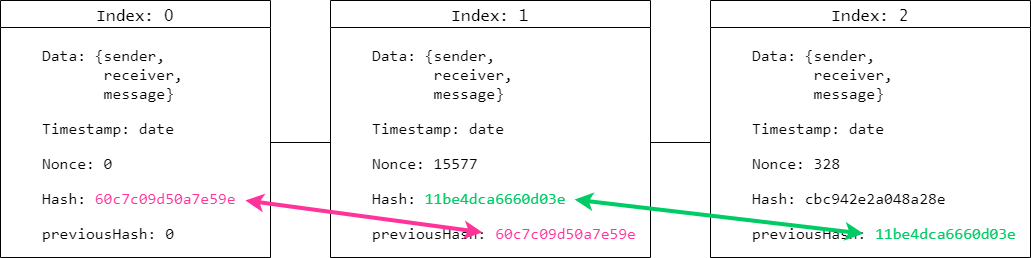
ljungmark/blockchain keeps this draw.io diagram as docs/nonce-block.png. Above is the earlier version. Source tidied: cells renumbered, new cells last; positions are measured from the earlier drawing's top-left corner, leaving out a move shared by most shapes. Source of this version:
```xml
<mxGraphModel>
  <root>
    <mxCell id="0" />
    <mxCell id="1" parent="0" />
    <mxCell id="2" value="Index: 0" style="swimlane;fontStyle=0;horizontal=1;startSize=27;fillColor=#ffffff;swimlaneFillColor=#ffffff;fontFamily=Lucida Console;fontSize=16;" parent="1" vertex="1">
      <mxGeometry width="270" height="257" as="geometry" />
    </mxCell>
    <mxCell id="3" value="&lt;blockquote style=&quot;margin: 0 0 0 40px ; border: none ; padding: 0px&quot;&gt;&lt;pre style=&quot;font-size: 16px&quot;&gt;Data: {sender,&lt;br&gt;&amp;nbsp; &amp;nbsp; &amp;nbsp; &amp;nbsp;receiver,&lt;br&gt;       message}&lt;/pre&gt;&lt;pre style=&quot;font-size: 16px&quot;&gt;Timestamp: date&lt;/pre&gt;&lt;pre style=&quot;font-size: 16px&quot;&gt;Nonce: 0&lt;/pre&gt;&lt;pre style=&quot;font-size: 16px&quot;&gt;Hash: &lt;font color=&quot;#ff3399&quot;&gt;60c7c09d50a7e59e&lt;/font&gt;&lt;/pre&gt;&lt;pre style=&quot;font-size: 16px&quot;&gt;previousHash: 0&lt;/pre&gt;&lt;/blockquote&gt;" style="text;html=1;points=[];align=left;verticalAlign=top;spacingTop=-4;fontSize=16;" parent="2" vertex="1">
      <mxGeometry y="27" width="270" height="230" as="geometry" />
    </mxCell>
    <mxCell id="4" value="Index: 1" style="swimlane;fontStyle=0;horizontal=1;startSize=27;fillColor=#ffffff;swimlaneFillColor=#ffffff;fontFamily=Lucida Console;fontSize=16;" parent="1" vertex="1">
      <mxGeometry x="330" width="320" height="257" as="geometry" />
    </mxCell>
    <mxCell id="5" value="&lt;blockquote style=&quot;margin: 0 0 0 40px ; border: none ; padding: 0px&quot;&gt;&lt;pre style=&quot;font-size: 16px&quot;&gt;Data: {sender,&lt;br&gt;&amp;nbsp; &amp;nbsp; &amp;nbsp; &amp;nbsp;receiver,&lt;br&gt;       message}&lt;/pre&gt;&lt;pre style=&quot;font-size: 16px&quot;&gt;Timestamp: date&lt;/pre&gt;&lt;pre style=&quot;font-size: 16px&quot;&gt;Nonce: 15577&lt;/pre&gt;&lt;pre style=&quot;font-size: 16px&quot;&gt;Hash: &lt;font color=&quot;#00cc66&quot;&gt;11be4dca6660d03e&lt;/font&gt;&lt;/pre&gt;&lt;pre style=&quot;font-size: 16px&quot;&gt;previousHash: &lt;font color=&quot;#ff3399&quot;&gt;60c7c09d50a7e59e&lt;/font&gt;&lt;/pre&gt;&lt;/blockquote&gt;" style="text;html=1;points=[];align=left;verticalAlign=top;spacingTop=-4;fontSize=16;" parent="4" vertex="1">
      <mxGeometry y="27" width="320" height="230" as="geometry" />
    </mxCell>
    <mxCell id="6" value="Index: 2" style="swimlane;fontStyle=0;horizontal=1;startSize=27;fillColor=#ffffff;swimlaneFillColor=#ffffff;fontFamily=Lucida Console;fontSize=16;" parent="1" vertex="1">
      <mxGeometry x="710" width="320" height="257" as="geometry" />
    </mxCell>
    <mxCell id="7" value="&lt;blockquote style=&quot;margin: 0 0 0 40px ; border: none ; padding: 0px&quot;&gt;&lt;pre style=&quot;font-size: 16px&quot;&gt;Data: {sender,&lt;br&gt;&amp;nbsp; &amp;nbsp; &amp;nbsp; &amp;nbsp;receiver,&lt;br&gt;       message}&lt;/pre&gt;&lt;pre style=&quot;font-size: 16px&quot;&gt;Timestamp: date&lt;/pre&gt;&lt;pre style=&quot;font-size: 16px&quot;&gt;Nonce: 328&lt;/pre&gt;&lt;pre style=&quot;font-size: 16px&quot;&gt;Hash: cbc942e2a048a28e&lt;/pre&gt;&lt;pre style=&quot;font-size: 16px&quot;&gt;previousHash: &lt;font color=&quot;#00cc66&quot;&gt;11be4dca6660d03e&lt;/font&gt;&lt;/pre&gt;&lt;/blockquote&gt;" style="text;html=1;points=[];align=left;verticalAlign=top;spacingTop=-4;fontSize=16;" parent="6" vertex="1">
      <mxGeometry y="27" width="320" height="230" as="geometry" />
    </mxCell>
    <mxCell id="8" style="edgeStyle=orthogonalEdgeStyle;rounded=0;jettySize=auto;html=1;fontFamily=Lucida Console;fontSize=16;endArrow=none;endFill=0;" parent="1" edge="1" source="3">
      <mxGeometry relative="1" as="geometry" />
    </mxCell>
    <mxCell id="9" style="edgeStyle=orthogonalEdgeStyle;rounded=0;orthogonalLoop=1;jettySize=auto;html=1;endArrow=none;endFill=0;fontFamily=Lucida Console;fontSize=16;" parent="1" edge="1">
      <mxGeometry relative="1" as="geometry" />
    </mxCell>
    <mxCell id="10" style="edgeStyle=orthogonalEdgeStyle;rounded=0;jettySize=auto;html=1;endArrow=none;endFill=0;fontFamily=Lucida Console;fontSize=16;" parent="1" edge="1" source="3" target="5">
      <mxGeometry relative="1" as="geometry" />
    </mxCell>
    <mxCell id="11" style="edgeStyle=orthogonalEdgeStyle;rounded=0;jettySize=auto;html=1;endArrow=none;endFill=0;fontFamily=Lucida Console;fontSize=16;" parent="1" edge="1" source="5" target="7">
      <mxGeometry relative="1" as="geometry" />
    </mxCell>
    <mxCell id="12" style="endArrow=classic;html=1;fontFamily=Lucida Console;fontSize=16;strokeColor=#FF3399;startArrow=classic;startFill=1;endFill=1;strokeWidth=4;entryX=0.475;entryY=0.891;entryDx=0;entryDy=0;entryPerimeter=0;exitX=0.907;exitY=0.752;exitDx=0;exitDy=0;exitPerimeter=0;" parent="1" edge="1" source="3" target="5">
      <mxGeometry relative="1" as="geometry" />
    </mxCell>
    <mxCell id="13" style="endArrow=classic;html=1;fontFamily=Lucida Console;fontSize=16;strokeColor=#00CC66;startArrow=classic;startFill=1;endFill=1;comic=0;strokeWidth=4;entryX=0.478;entryY=0.896;entryDx=0;entryDy=0;entryPerimeter=0;exitX=0.763;exitY=0.748;exitDx=0;exitDy=0;exitPerimeter=0;" parent="1" edge="1" source="5" target="7">
      <mxGeometry relative="1" as="geometry" />
    </mxCell>
  </root>
</mxGraphModel>
```
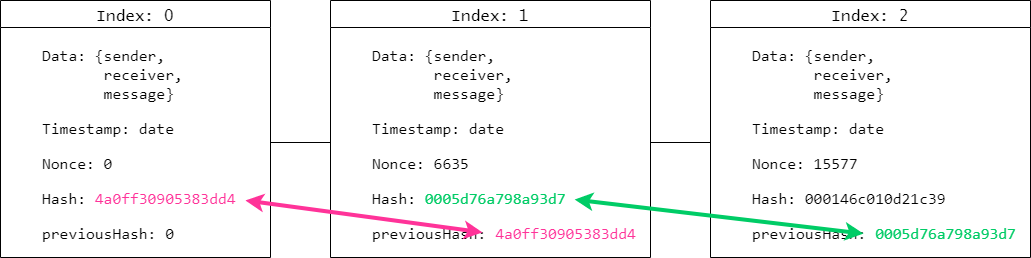
After the change.

The edit, as a diff of the source:
```diff
@@ -5,19 +5,19 @@
     <mxCell id="2" value="Index: 0" style="swimlane;fontStyle=0;horizontal=1;startSize=27;fillColor=#ffffff;swimlaneFillColor=#ffffff;fontFamily=Lucida Console;fontSize=16;" parent="1" vertex="1">
       <mxGeometry width="270" height="257" as="geometry" />
     </mxCell>
-    <mxCell id="3" value="&lt;blockquote style=&quot;margin: 0 0 0 40px ; border: none ; padding: 0px&quot;&gt;&lt;pre style=&quot;font-size: 16px&quot;&gt;Data: {sender,&lt;br&gt;&amp;nbsp; &amp;nbsp; &amp;nbsp; &amp;nbsp;receiver,&lt;br&gt;       message}&lt;/pre&gt;&lt;pre style=&quot;font-size: 16px&quot;&gt;Timestamp: date&lt;/pre&gt;&lt;pre style=&quot;font-size: 16px&quot;&gt;Nonce: 0&lt;/pre&gt;&lt;pre style=&quot;font-size: 16px&quot;&gt;Hash: &lt;font color=&quot;#ff3399&quot;&gt;60c7c09d50a7e59e&lt;/font&gt;&lt;/pre&gt;&lt;pre style=&quot;font-size: 16px&quot;&gt;previousHash: 0&lt;/pre&gt;&lt;/blockquote&gt;" style="text;html=1;points=[];align=left;verticalAlign=top;spacingTop=-4;fontSize=16;" parent="2" vertex="1">
+    <mxCell id="3" value="&lt;blockquote style=&quot;margin: 0 0 0 40px ; border: none ; padding: 0px&quot;&gt;&lt;pre style=&quot;font-size: 16px&quot;&gt;Data: {sender,&lt;br&gt;&amp;nbsp; &amp;nbsp; &amp;nbsp; &amp;nbsp;receiver,&lt;br&gt;       message}&lt;/pre&gt;&lt;pre style=&quot;font-size: 16px&quot;&gt;Timestamp: date&lt;/pre&gt;&lt;pre style=&quot;font-size: 16px&quot;&gt;Nonce: 0&lt;/pre&gt;&lt;pre style=&quot;font-size: 16px&quot;&gt;Hash: &lt;font color=&quot;#ff3399&quot;&gt;4a0ff30905383dd4&lt;/font&gt;&lt;/pre&gt;&lt;pre style=&quot;font-size: 16px&quot;&gt;previousHash: 0&lt;/pre&gt;&lt;/blockquote&gt;" style="text;html=1;points=[];align=left;verticalAlign=top;spacingTop=-4;fontSize=16;" parent="2" vertex="1">
       <mxGeometry y="27" width="270" height="230" as="geometry" />
     </mxCell>
     <mxCell id="4" value="Index: 1" style="swimlane;fontStyle=0;horizontal=1;startSize=27;fillColor=#ffffff;swimlaneFillColor=#ffffff;fontFamily=Lucida Console;fontSize=16;" parent="1" vertex="1">
       <mxGeometry x="330" width="320" height="257" as="geometry" />
     </mxCell>
-    <mxCell id="5" value="&lt;blockquote style=&quot;margin: 0 0 0 40px ; border: none ; padding: 0px&quot;&gt;&lt;pre style=&quot;font-size: 16px&quot;&gt;Data: {sender,&lt;br&gt;&amp;nbsp; &amp;nbsp; &amp;nbsp; &amp;nbsp;receiver,&lt;br&gt;       message}&lt;/pre&gt;&lt;pre style=&quot;font-size: 16px&quot;&gt;Timestamp: date&lt;/pre&gt;&lt;pre style=&quot;font-size: 16px&quot;&gt;Nonce: 15577&lt;/pre&gt;&lt;pre style=&quot;font-size: 16px&quot;&gt;Hash: &lt;font color=&quot;#00cc66&quot;&gt;11be4dca6660d03e&lt;/font&gt;&lt;/pre&gt;&lt;pre style=&quot;font-size: 16px&quot;&gt;previousHash: &lt;font color=&quot;#ff3399&quot;&gt;60c7c09d50a7e59e&lt;/font&gt;&lt;/pre&gt;&lt;/blockquote&gt;" style="text;html=1;points=[];align=left;verticalAlign=top;spacingTop=-4;fontSize=16;" parent="4" vertex="1">
+    <mxCell id="5" value="&lt;blockquote style=&quot;margin: 0 0 0 40px ; border: none ; padding: 0px&quot;&gt;&lt;pre style=&quot;font-size: 16px&quot;&gt;Data: {sender,&lt;br&gt;&amp;nbsp; &amp;nbsp; &amp;nbsp; &amp;nbsp;receiver,&lt;br&gt;       message}&lt;/pre&gt;&lt;pre style=&quot;font-size: 16px&quot;&gt;Timestamp: date&lt;/pre&gt;&lt;pre style=&quot;font-size: 16px&quot;&gt;Nonce: 6635&lt;/pre&gt;&lt;pre style=&quot;font-size: 16px&quot;&gt;Hash: &lt;font color=&quot;#00cc66&quot;&gt;0005d76a798a93d7&lt;/font&gt;&lt;/pre&gt;&lt;pre style=&quot;font-size: 16px&quot;&gt;previousHash: &lt;font color=&quot;#ff3399&quot;&gt;4a0ff30905383dd4&lt;/font&gt;&lt;/pre&gt;&lt;/blockquote&gt;" style="text;html=1;points=[];align=left;verticalAlign=top;spacingTop=-4;fontSize=16;" parent="4" vertex="1">
       <mxGeometry y="27" width="320" height="230" as="geometry" />
     </mxCell>
     <mxCell id="6" value="Index: 2" style="swimlane;fontStyle=0;horizontal=1;startSize=27;fillColor=#ffffff;swimlaneFillColor=#ffffff;fontFamily=Lucida Console;fontSize=16;" parent="1" vertex="1">
       <mxGeometry x="710" width="320" height="257" as="geometry" />
     </mxCell>
-    <mxCell id="7" value="&lt;blockquote style=&quot;margin: 0 0 0 40px ; border: none ; padding: 0px&quot;&gt;&lt;pre style=&quot;font-size: 16px&quot;&gt;Data: {sender,&lt;br&gt;&amp;nbsp; &amp;nbsp; &amp;nbsp; &amp;nbsp;receiver,&lt;br&gt;       message}&lt;/pre&gt;&lt;pre style=&quot;font-size: 16px&quot;&gt;Timestamp: date&lt;/pre&gt;&lt;pre style=&quot;font-size: 16px&quot;&gt;Nonce: 328&lt;/pre&gt;&lt;pre style=&quot;font-size: 16px&quot;&gt;Hash: cbc942e2a048a28e&lt;/pre&gt;&lt;pre style=&quot;font-size: 16px&quot;&gt;previousHash: &lt;font color=&quot;#00cc66&quot;&gt;11be4dca6660d03e&lt;/font&gt;&lt;/pre&gt;&lt;/blockquote&gt;" style="text;html=1;points=[];align=left;verticalAlign=top;spacingTop=-4;fontSize=16;" parent="6" vertex="1">
+    <mxCell id="7" value="&lt;blockquote style=&quot;margin: 0 0 0 40px ; border: none ; padding: 0px&quot;&gt;&lt;pre style=&quot;font-size: 16px&quot;&gt;Data: {sender,&lt;br&gt;&amp;nbsp; &amp;nbsp; &amp;nbsp; &amp;nbsp;receiver,&lt;br&gt;       message}&lt;/pre&gt;&lt;pre style=&quot;font-size: 16px&quot;&gt;Timestamp: date&lt;/pre&gt;&lt;pre style=&quot;font-size: 16px&quot;&gt;Nonce: 15577&lt;/pre&gt;&lt;pre style=&quot;font-size: 16px&quot;&gt;Hash: 000146c010d21c39&lt;/pre&gt;&lt;pre style=&quot;font-size: 16px&quot;&gt;previousHash: &lt;font color=&quot;#00cc66&quot;&gt;0005d76a798a93d7&lt;/font&gt;&lt;/pre&gt;&lt;/blockquote&gt;" style="text;html=1;points=[];align=left;verticalAlign=top;spacingTop=-4;fontSize=16;" parent="6" vertex="1">
       <mxGeometry y="27" width="320" height="230" as="geometry" />
     </mxCell>
     <mxCell id="8" style="edgeStyle=orthogonalEdgeStyle;rounded=0;jettySize=auto;html=1;fontFamily=Lucida Console;fontSize=16;endArrow=none;endFill=0;" parent="1" edge="1" source="3">
```
